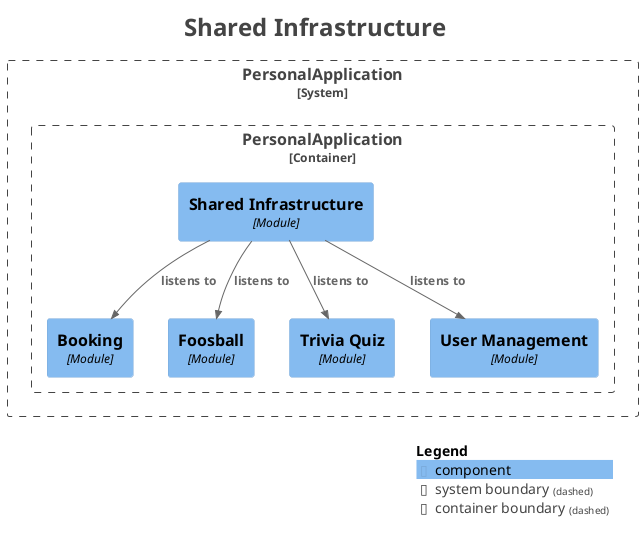
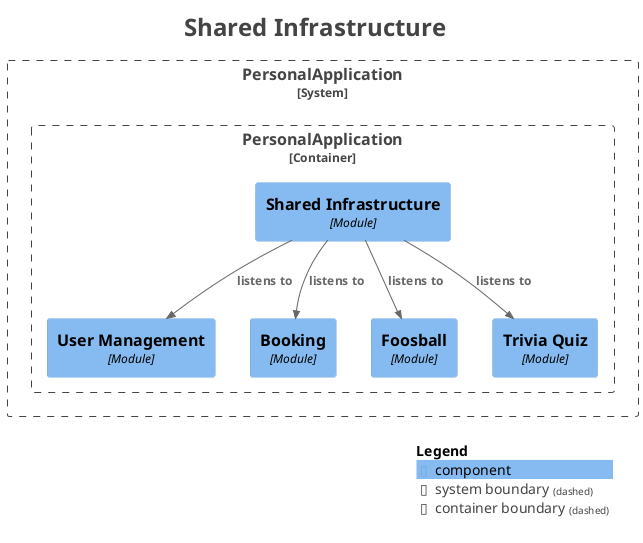
@startuml
title <size:24>Shared Infrastructure</size>

set separator none
top to bottom direction

<style>
  root {
    BackgroundColor: #ffffff
    FontColor: #444444
  }
</style>

!include <C4/C4>
!include <C4/C4_Context>
!include <C4/C4_Component>

System_Boundary("PersonalApplication_boundary", "PersonalApplication", $tags="") {
  Container_Boundary("PersonalApplication.PersonalApplication_boundary", "PersonalApplication", $tags="") {
+     Component(PersonalApplication.PersonalApplication.UserManagement, "User Management", $techn="Module", $descr="", $tags="", $link="")
    Component(PersonalApplication.PersonalApplication.SharedInfrastructure, "Shared Infrastructure", $techn="Module", $descr="", $tags="", $link="")
    Component(PersonalApplication.PersonalApplication.Booking, "Booking", $techn="Module", $descr="", $tags="", $link="")
    Component(PersonalApplication.PersonalApplication.Foosball, "Foosball", $techn="Module", $descr="", $tags="", $link="")
    Component(PersonalApplication.PersonalApplication.TriviaQuiz, "Trivia Quiz", $techn="Module", $descr="", $tags="", $link="")
-     Component(PersonalApplication.PersonalApplication.UserManagement, "User Management", $techn="Module", $descr="", $tags="", $link="")
  }

}

+ Rel(PersonalApplication.PersonalApplication.SharedInfrastructure, PersonalApplication.PersonalApplication.Booking, "listens to", $techn="", $tags="", $link="")
+ Rel(PersonalApplication.PersonalApplication.SharedInfrastructure, PersonalApplication.PersonalApplication.TriviaQuiz, "listens to", $techn="", $tags="", $link="")
Rel(PersonalApplication.PersonalApplication.SharedInfrastructure, PersonalApplication.PersonalApplication.Foosball, "listens to", $techn="", $tags="", $link="")
- Rel(PersonalApplication.PersonalApplication.SharedInfrastructure, PersonalApplication.PersonalApplication.TriviaQuiz, "listens to", $techn="", $tags="", $link="")
Rel(PersonalApplication.PersonalApplication.SharedInfrastructure, PersonalApplication.PersonalApplication.UserManagement, "listens to", $techn="", $tags="", $link="")
- Rel(PersonalApplication.PersonalApplication.SharedInfrastructure, PersonalApplication.PersonalApplication.Booking, "listens to", $techn="", $tags="", $link="")

SHOW_LEGEND(true)
hide stereotypes
@enduml